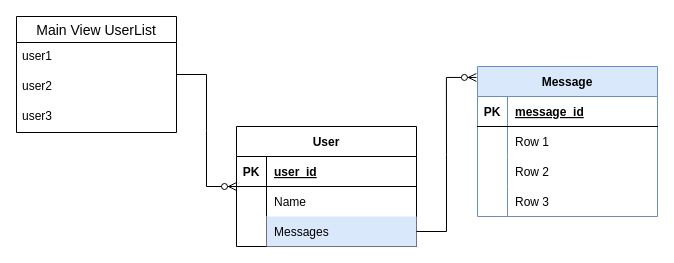
Above: GB2.drawio in konoplinovich/Diagrams (draw.io), before the change. Source tidied: cells renumbered, new cells numbered last; positions are measured from the earlier drawing's top-left corner, leaving out a move shared by most shapes. Both pictures are drawn from the tidied source at 100%, with x=0, y=0 at pixel (16, 16).
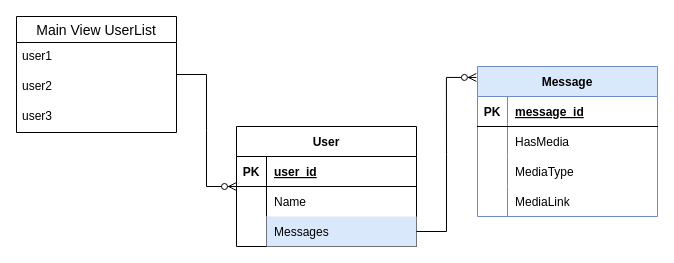
After the change.

Unchanged cells that the change refers to:
```xml
<mxCell id="21" style="shape=tableRow;horizontal=0;startSize=0;swimlaneHead=0;swimlaneBody=0;fillColor=none;top=0;left=0;right=0;bottom=0;sketch=0;" parent="17" vertex="1">
  <mxGeometry y="60" width="180" height="30" as="geometry" />
</mxCell>
<mxCell id="24" style="shape=tableRow;horizontal=0;startSize=0;swimlaneHead=0;swimlaneBody=0;fillColor=none;top=0;left=0;right=0;bottom=0;sketch=0;" parent="17" vertex="1">
  <mxGeometry y="90" width="180" height="30" as="geometry" />
</mxCell>
<mxCell id="27" style="shape=tableRow;horizontal=0;startSize=0;swimlaneHead=0;swimlaneBody=0;fillColor=none;top=0;left=0;right=0;bottom=0;sketch=0;" parent="17" vertex="1">
  <mxGeometry y="120" width="180" height="30" as="geometry" />
</mxCell>
```

Diff of the diagram source:
```diff
@@
-    <mxCell id="23" value="Row 1" style="shape=partialRectangle;fillColor=none;top=0;left=0;bottom=0;right=0;align=left;spacingLeft=6;overflow=hidden;sketch=0;" parent="21" vertex="1">
+    <mxCell id="23" value="HasMedia" style="shape=partialRectangle;fillColor=none;top=0;left=0;bottom=0;right=0;align=left;spacingLeft=6;overflow=hidden;sketch=0;" parent="21" vertex="1">
       <mxGeometry x="30" width="150" height="30" as="geometry" />
     </mxCell>
@@
-    <mxCell id="26" value="Row 2" style="shape=partialRectangle;fillColor=none;top=0;left=0;bottom=0;right=0;align=left;spacingLeft=6;overflow=hidden;sketch=0;" parent="24" vertex="1">
+    <mxCell id="26" value="MediaType" style="shape=partialRectangle;fillColor=none;top=0;left=0;bottom=0;right=0;align=left;spacingLeft=6;overflow=hidden;sketch=0;" parent="24" vertex="1">
       <mxGeometry x="30" width="150" height="30" as="geometry" />
     </mxCell>
@@
-    <mxCell id="29" value="Row 3" style="shape=partialRectangle;fillColor=none;top=0;left=0;bottom=0;right=0;align=left;spacingLeft=6;overflow=hidden;sketch=0;" parent="27" vertex="1">
+    <mxCell id="29" value="MediaLink" style="shape=partialRectangle;fillColor=none;top=0;left=0;bottom=0;right=0;align=left;spacingLeft=6;overflow=hidden;sketch=0;" parent="27" vertex="1">
       <mxGeometry x="30" width="150" height="30" as="geometry" />
     </mxCell>
```
